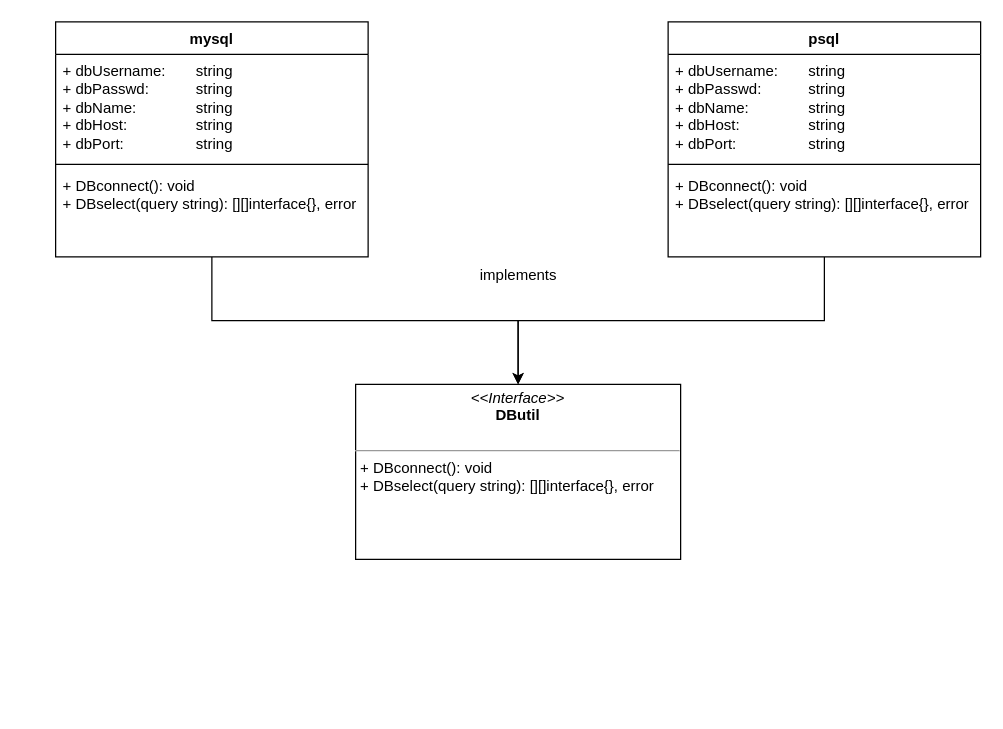
Before: db-go.drawio in zukigit/design_structures, a draw.io diagram. Source tidied: cells renumbered, new cells numbered last; positions are measured from the earlier drawing's top-left corner, leaving out a move shared by most shapes. Both pictures are drawn from the tidied source at 125%, with x=0, y=0 at pixel (55, 21).
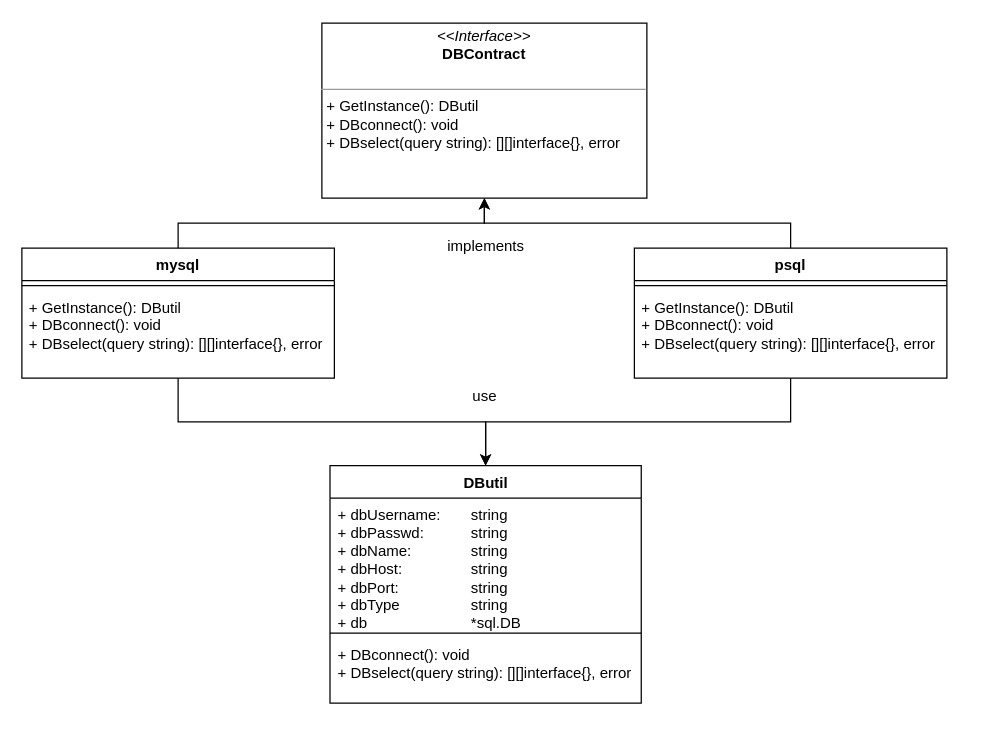
After the change.

Change to the diagram source:
```diff
@@
 <mxGraphModel>
   <root>
     <mxCell id="0" />
     <mxCell id="1" parent="0" />
     <mxCell id="2" style="edgeStyle=orthogonalEdgeStyle;rounded=0;jettySize=auto;html=1;" parent="1" edge="1" source="3" target="7">
       <mxGeometry relative="1" as="geometry" />
     </mxCell>
+    <mxCell id="14" style="edgeStyle=orthogonalEdgeStyle;rounded=0;jettySize=auto;html=1;entryX=0.5;entryY=0;entryDx=0;entryDy=0;" parent="1" edge="1" source="3" target="16">
+      <mxGeometry relative="1" as="geometry" />
+    </mxCell>
     <mxCell id="3" value="mysql" style="swimlane;fontStyle=1;align=center;verticalAlign=top;horizontal=1;startSize=26;whiteSpace=wrap;html=1;" parent="1" vertex="1">
-      <mxGeometry width="250" height="188" as="geometry" />
+      <mxGeometry x="-27" y="181" width="250" height="104" as="geometry" />
     </mxCell>
-    <mxCell id="4" value="&lt;div&gt;+ dbUsername:&lt;span style=&quot;&quot;&gt;&lt;span style=&quot;&quot;&gt;&amp;nbsp;&amp;nbsp;&amp;nbsp;&amp;nbsp;&lt;/span&gt;&lt;/span&gt;&lt;span style=&quot;white-space: pre;&quot;&gt;&#9;&lt;/span&gt;string&lt;/div&gt;&lt;div&gt;+ dbPasswd:&lt;span style=&quot;&quot;&gt;&lt;span style=&quot;&quot;&gt;&amp;nbsp;&amp;nbsp;&amp;nbsp;&amp;nbsp;&lt;/span&gt;&lt;span style=&quot;&quot;&gt;&lt;span style=&quot;&quot;&gt;&amp;nbsp;&amp;nbsp;&amp;nbsp;&amp;nbsp;&lt;span style=&quot;white-space: pre;&quot;&gt;&#9;&lt;/span&gt;&lt;/span&gt;&lt;/span&gt;&lt;/span&gt;string&amp;nbsp;&lt;/div&gt;&lt;div&gt;+ dbName:&lt;span style=&quot;&quot;&gt;&lt;span style=&quot;&quot;&gt;&amp;nbsp;&amp;nbsp;&amp;nbsp;&amp;nbsp;&lt;/span&gt;&lt;/span&gt;&lt;span style=&quot;&quot;&gt;&lt;span style=&quot;&quot;&gt;&amp;nbsp;&amp;nbsp;&amp;nbsp;&amp;nbsp;&lt;/span&gt;&lt;/span&gt;&lt;span style=&quot;white-space: pre;&quot;&gt;&#9;&lt;/span&gt;string&lt;/div&gt;&lt;div&gt;+ dbHost:&lt;span style=&quot;&quot;&gt;&lt;span style=&quot;&quot;&gt;&amp;nbsp;&amp;nbsp;&amp;nbsp;&amp;nbsp;&lt;/span&gt;&lt;/span&gt;&lt;span style=&quot;&quot;&gt;&lt;span style=&quot;&quot;&gt;&amp;nbsp;&amp;nbsp;&amp;nbsp;&amp;nbsp;&lt;/span&gt;&lt;/span&gt;&lt;span style=&quot;white-space: pre;&quot;&gt;&#9;&lt;/span&gt;string&amp;nbsp;&lt;/div&gt;&lt;div&gt;+ dbPort:&lt;span style=&quot;&quot;&gt;&lt;span style=&quot;&quot;&gt;&amp;nbsp;&amp;nbsp;&amp;nbsp;&amp;nbsp;&lt;/span&gt;&lt;/span&gt;&lt;span style=&quot;&quot;&gt;&lt;span style=&quot;&quot;&gt;&amp;nbsp;&amp;nbsp;&amp;nbsp;&amp;nbsp;&lt;/span&gt;&lt;/span&gt;&lt;span style=&quot;white-space: pre;&quot;&gt;&#9;&lt;/span&gt;&lt;span style=&quot;white-space: pre;&quot;&gt;&#9;&lt;/span&gt;string&lt;/div&gt;" style="text;strokeColor=none;fillColor=none;align=left;verticalAlign=top;spacingLeft=4;spacingRight=4;overflow=hidden;whiteSpace=wrap;html=1;" parent="3" vertex="1">
-      <mxGeometry y="26" width="250" height="84" as="geometry" />
-    </mxCell>
     <mxCell id="5" style="line;strokeWidth=1;fillColor=none;align=left;verticalAlign=middle;spacingTop=-1;spacingLeft=3;spacingRight=3;labelPosition=right;strokeColor=inherit;" parent="3" vertex="1">
-      <mxGeometry y="110" width="250" height="8" as="geometry" />
+      <mxGeometry y="26" width="250" height="8" as="geometry" />
     </mxCell>
-    <mxCell id="6" value="&lt;div&gt;+ DBconnect(): void&lt;br&gt;+ DBselect(query string): [][]interface{}, error&lt;/div&gt;" style="text;strokeColor=none;fillColor=none;align=left;verticalAlign=top;spacingLeft=4;spacingRight=4;overflow=hidden;whiteSpace=wrap;html=1;" parent="3" vertex="1">
-      <mxGeometry y="118" width="250" height="70" as="geometry" />
+    <mxCell id="6" value="&lt;div&gt;+ GetInstance(): DButil&lt;/div&gt;&lt;div&gt;+ DBconnect(): void&lt;br&gt;+ DBselect(query string): [][]interface{}, error&lt;/div&gt;" style="text;strokeColor=none;fillColor=none;align=left;verticalAlign=top;spacingLeft=4;spacingRight=4;overflow=hidden;whiteSpace=wrap;html=1;" parent="3" vertex="1">
+      <mxGeometry y="34" width="250" height="70" as="geometry" />
     </mxCell>
-    <mxCell id="7" value="&lt;p style=&quot;margin:0px;margin-top:4px;text-align:center;&quot;&gt;&lt;i&gt;&amp;lt;&amp;lt;Interface&amp;gt;&amp;gt;&lt;/i&gt;&lt;br&gt;&lt;b&gt;DButil&lt;/b&gt;&lt;/p&gt;&lt;br&gt;&lt;hr size=&quot;1&quot;&gt;&lt;p style=&quot;margin:0px;margin-left:4px;&quot;&gt;+ DBconnect(): void&lt;br&gt;+ DBselect(query string): [][]interface{}, error&lt;br&gt;&lt;/p&gt;" style="verticalAlign=top;align=left;overflow=fill;fontSize=12;fontFamily=Helvetica;html=1;whiteSpace=wrap;" parent="1" vertex="1">
-      <mxGeometry x="240" y="290" width="260" height="140" as="geometry" />
+    <mxCell id="7" value="&lt;p style=&quot;margin:0px;margin-top:4px;text-align:center;&quot;&gt;&lt;i&gt;&amp;lt;&amp;lt;Interface&amp;gt;&amp;gt;&lt;/i&gt;&lt;br&gt;&lt;b&gt;DBContract&lt;/b&gt;&lt;/p&gt;&lt;br&gt;&lt;hr size=&quot;1&quot;&gt;&lt;p style=&quot;margin:0px;margin-left:4px;&quot;&gt;+ GetInstance(): DButil&lt;br&gt;&lt;/p&gt;&lt;p style=&quot;margin:0px;margin-left:4px;&quot;&gt;+ DBconnect(): void&lt;br&gt;+ DBselect(query string): [][]interface{}, error&lt;br&gt;&lt;/p&gt;" style="verticalAlign=top;align=left;overflow=fill;fontSize=12;fontFamily=Helvetica;html=1;whiteSpace=wrap;" parent="1" vertex="1">
+      <mxGeometry x="213" y="1" width="260" height="140" as="geometry" />
     </mxCell>
     <mxCell id="8" value="&lt;div&gt;implements&lt;/div&gt;&lt;div&gt;&lt;br&gt;&lt;/div&gt;" style="text;html=1;align=center;verticalAlign=middle;strokeColor=none;fillColor=none;" parent="1" vertex="1">
-      <mxGeometry x="330" y="190" width="80" height="40" as="geometry" />
+      <mxGeometry x="304" y="167" width="80" height="40" as="geometry" />
     </mxCell>
     <mxCell id="9" style="edgeStyle=orthogonalEdgeStyle;rounded=0;jettySize=auto;html=1;" parent="1" edge="1" source="10" target="7">
       <mxGeometry relative="1" as="geometry" />
     </mxCell>
+    <mxCell id="15" style="edgeStyle=orthogonalEdgeStyle;rounded=0;jettySize=auto;html=1;entryX=0.5;entryY=0;entryDx=0;entryDy=0;" parent="1" edge="1" source="10" target="16">
+      <mxGeometry relative="1" as="geometry" />
+    </mxCell>
     <mxCell id="10" value="psql" style="swimlane;fontStyle=1;align=center;verticalAlign=top;horizontal=1;startSize=26;whiteSpace=wrap;html=1;" parent="1" vertex="1">
-      <mxGeometry x="490" width="250" height="188" as="geometry" />
+      <mxGeometry x="463" y="181" width="250" height="104" as="geometry" />
     </mxCell>
-    <mxCell id="11" value="&lt;div&gt;+ dbUsername:&lt;span style=&quot;&quot;&gt;&lt;span style=&quot;&quot;&gt;&amp;nbsp;&amp;nbsp;&amp;nbsp;&amp;nbsp;&lt;/span&gt;&lt;/span&gt;&lt;span style=&quot;white-space: pre;&quot;&gt;&#9;&lt;/span&gt;string&lt;/div&gt;&lt;div&gt;+ dbPasswd:&lt;span style=&quot;&quot;&gt;&lt;span style=&quot;&quot;&gt;&amp;nbsp;&amp;nbsp;&amp;nbsp;&amp;nbsp;&lt;/span&gt;&lt;span style=&quot;&quot;&gt;&lt;span style=&quot;&quot;&gt;&amp;nbsp;&amp;nbsp;&amp;nbsp;&amp;nbsp;&lt;span style=&quot;white-space: pre;&quot;&gt;&#9;&lt;/span&gt;&lt;/span&gt;&lt;/span&gt;&lt;/span&gt;string&amp;nbsp;&lt;/div&gt;&lt;div&gt;+ dbName:&lt;span style=&quot;&quot;&gt;&lt;span style=&quot;&quot;&gt;&amp;nbsp;&amp;nbsp;&amp;nbsp;&amp;nbsp;&lt;/span&gt;&lt;/span&gt;&lt;span style=&quot;&quot;&gt;&lt;span style=&quot;&quot;&gt;&amp;nbsp;&amp;nbsp;&amp;nbsp;&amp;nbsp;&lt;/span&gt;&lt;/span&gt;&lt;span style=&quot;white-space: pre;&quot;&gt;&#9;&lt;/span&gt;string&lt;/div&gt;&lt;div&gt;+ dbHost:&lt;span style=&quot;&quot;&gt;&lt;span style=&quot;&quot;&gt;&amp;nbsp;&amp;nbsp;&amp;nbsp;&amp;nbsp;&lt;/span&gt;&lt;/span&gt;&lt;span style=&quot;&quot;&gt;&lt;span style=&quot;&quot;&gt;&amp;nbsp;&amp;nbsp;&amp;nbsp;&amp;nbsp;&lt;/span&gt;&lt;/span&gt;&lt;span style=&quot;white-space: pre;&quot;&gt;&#9;&lt;/span&gt;string&amp;nbsp;&lt;/div&gt;&lt;div&gt;+ dbPort:&lt;span style=&quot;&quot;&gt;&lt;span style=&quot;&quot;&gt;&amp;nbsp;&amp;nbsp;&amp;nbsp;&amp;nbsp;&lt;/span&gt;&lt;/span&gt;&lt;span style=&quot;&quot;&gt;&lt;span style=&quot;&quot;&gt;&amp;nbsp;&amp;nbsp;&amp;nbsp;&amp;nbsp;&lt;/span&gt;&lt;/span&gt;&lt;span style=&quot;white-space: pre;&quot;&gt;&#9;&lt;/span&gt;&lt;span style=&quot;white-space: pre;&quot;&gt;&#9;&lt;/span&gt;string&lt;/div&gt;" style="text;strokeColor=none;fillColor=none;align=left;verticalAlign=top;spacingLeft=4;spacingRight=4;overflow=hidden;whiteSpace=wrap;html=1;" parent="10" vertex="1">
-      <mxGeometry y="26" width="250" height="84" as="geometry" />
-    </mxCell>
     <mxCell id="12" style="line;strokeWidth=1;fillColor=none;align=left;verticalAlign=middle;spacingTop=-1;spacingLeft=3;spacingRight=3;labelPosition=right;strokeColor=inherit;" parent="10" vertex="1">
-      <mxGeometry y="110" width="250" height="8" as="geometry" />
+      <mxGeometry y="26" width="250" height="8" as="geometry" />
     </mxCell>
-    <mxCell id="13" value="&lt;div&gt;+ DBconnect(): void&lt;br&gt;+ DBselect(query string): [][]interface{}, error&lt;/div&gt;" style="text;strokeColor=none;fillColor=none;align=left;verticalAlign=top;spacingLeft=4;spacingRight=4;overflow=hidden;whiteSpace=wrap;html=1;" parent="10" vertex="1">
-      <mxGeometry y="118" width="250" height="70" as="geometry" />
+    <mxCell id="13" value="&lt;div&gt;+ GetInstance(): DButil&lt;/div&gt;&lt;div&gt;+ DBconnect(): void&lt;br&gt;+ DBselect(query string): [][]interface{}, error&lt;/div&gt;" style="text;strokeColor=none;fillColor=none;align=left;verticalAlign=top;spacingLeft=4;spacingRight=4;overflow=hidden;whiteSpace=wrap;html=1;" parent="10" vertex="1">
+      <mxGeometry y="34" width="250" height="70" as="geometry" />
     </mxCell>
+    <mxCell id="16" value="DButil" style="swimlane;fontStyle=1;align=center;verticalAlign=top;horizontal=1;startSize=26;whiteSpace=wrap;html=1;" parent="1" vertex="1">
+      <mxGeometry x="219.5" y="355" width="249" height="190" as="geometry" />
+    </mxCell>
+    <mxCell id="17" value="&lt;div&gt;+ dbUsername:&lt;span style=&quot;&quot;&gt;&lt;/span&gt;&lt;span style=&quot;&quot;&gt;&lt;span style=&quot;white-space: pre;&quot;&gt;&amp;nbsp;&amp;nbsp;&amp;nbsp;&lt;span style=&quot;white-space: pre;&quot;&gt;&#9;&lt;/span&gt;&lt;/span&gt;&lt;/span&gt;string&lt;/div&gt;&lt;div&gt;+ dbPasswd:&lt;span style=&quot;&quot;&gt;&lt;span style=&quot;&quot;&gt;&amp;nbsp;&amp;nbsp;&amp;nbsp;&amp;nbsp;&lt;/span&gt;&lt;span style=&quot;&quot;&gt;&lt;span style=&quot;&quot;&gt;&amp;nbsp;&amp;nbsp;&amp;nbsp; &lt;/span&gt;&lt;/span&gt;&lt;/span&gt;&lt;span style=&quot;white-space: pre;&quot;&gt;&#9;&lt;/span&gt;string&amp;nbsp;&lt;/div&gt;&lt;div&gt;+ dbName:&lt;span style=&quot;white-space: pre;&quot;&gt;&#9;&lt;/span&gt;&lt;span style=&quot;white-space: pre;&quot;&gt;&#9;&lt;/span&gt;string&lt;/div&gt;&lt;div&gt;+ dbHost:&lt;span style=&quot;white-space: pre;&quot;&gt;&#9;&lt;/span&gt;&lt;span style=&quot;white-space: pre;&quot;&gt;&#9;&lt;/span&gt;string&amp;nbsp;&lt;/div&gt;&lt;div&gt;+ dbPort:&lt;span style=&quot;&quot;&gt;&lt;span style=&quot;&quot;&gt;&amp;nbsp;&amp;nbsp;&amp;nbsp;&amp;nbsp;&lt;/span&gt;&lt;/span&gt;&lt;span style=&quot;&quot;&gt;&lt;span style=&quot;&quot;&gt;&amp;nbsp;&amp;nbsp;&amp;nbsp;&amp;nbsp;&lt;/span&gt;&lt;/span&gt;&lt;span style=&quot;&quot;&gt;&lt;span style=&quot;white-space: pre;&quot;&gt;&amp;nbsp;&amp;nbsp;&amp;nbsp;&amp;nbsp;&lt;/span&gt;&lt;/span&gt;&lt;span style=&quot;&quot;&gt;&lt;span style=&quot;white-space: pre;&quot;&gt;&amp;nbsp;&amp;nbsp;&amp;nbsp;&amp;nbsp;&lt;/span&gt;&lt;/span&gt;&lt;span style=&quot;white-space: pre;&quot;&gt;&#9;&lt;/span&gt;string&lt;/div&gt;&lt;div&gt;+ dbType &lt;span style=&quot;white-space: pre;&quot;&gt;&#9;&lt;/span&gt;&lt;span style=&quot;white-space: pre;&quot;&gt;&#9;&lt;/span&gt;string&lt;/div&gt;&lt;div&gt;+ db &lt;span style=&quot;white-space: pre;&quot;&gt;&#9;&lt;/span&gt;&lt;span style=&quot;white-space: pre;&quot;&gt;&#9;&lt;/span&gt;&lt;span style=&quot;white-space: pre;&quot;&gt;&#9;&lt;/span&gt;*sql.DB&lt;br&gt;&lt;/div&gt;&lt;div&gt;&lt;br&gt;&lt;/div&gt;" style="text;strokeColor=none;fillColor=none;align=left;verticalAlign=top;spacingLeft=4;spacingRight=4;overflow=hidden;whiteSpace=wrap;html=1;" parent="16" vertex="1">
+      <mxGeometry y="26" width="249" height="104" as="geometry" />
+    </mxCell>
+    <mxCell id="18" style="line;strokeWidth=1;fillColor=none;align=left;verticalAlign=middle;spacingTop=-1;spacingLeft=3;spacingRight=3;labelPosition=right;strokeColor=inherit;" parent="16" vertex="1">
+      <mxGeometry y="130" width="249" height="8" as="geometry" />
+    </mxCell>
+    <mxCell id="19" value="&lt;div&gt;+ DBconnect(): void&lt;br&gt;+ DBselect(query string): [][]interface{}, error&lt;/div&gt;" style="text;strokeColor=none;fillColor=none;align=left;verticalAlign=top;spacingLeft=4;spacingRight=4;overflow=hidden;whiteSpace=wrap;html=1;" parent="16" vertex="1">
+      <mxGeometry y="138" width="249" height="52" as="geometry" />
+    </mxCell>
+    <mxCell id="20" value="&lt;div&gt;use&lt;/div&gt;" style="text;html=1;align=center;verticalAlign=middle;strokeColor=none;fillColor=none;" parent="1" vertex="1">
+      <mxGeometry x="323" y="285" width="40" height="30" as="geometry" />
+    </mxCell>
   </root>
 </mxGraphModel>
```
